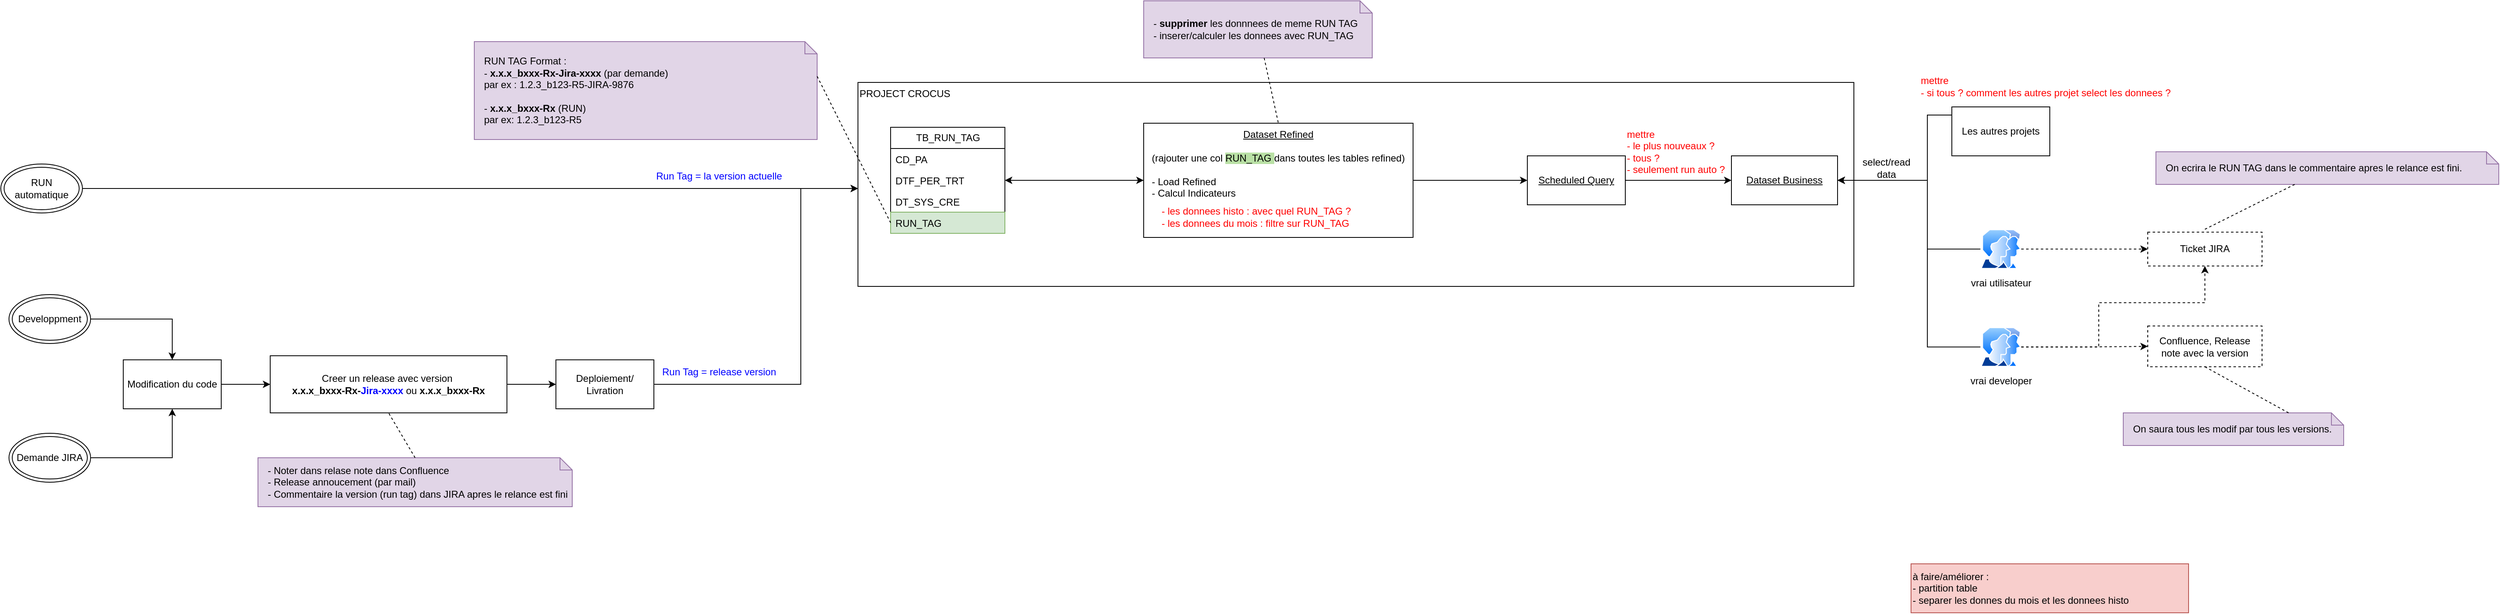
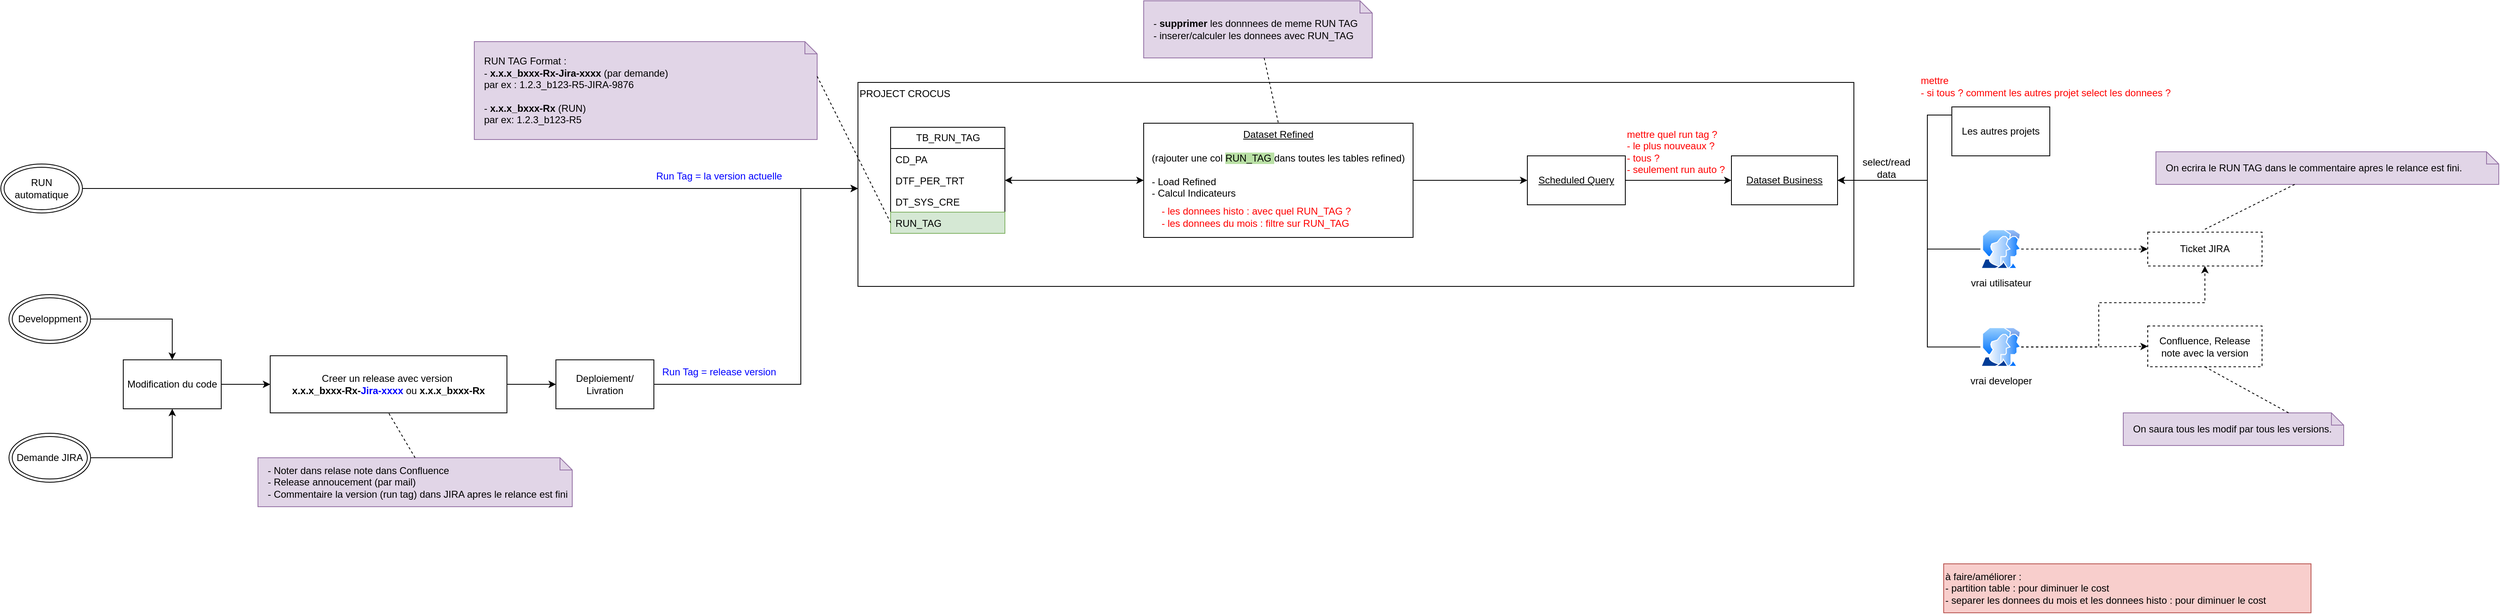
<mxfile host="app.diagrams.net">
  <diagram name="Page-1" id="bEAYSmEDHXBXhFzCy1HB">
    <mxGraphModel dx="2873" dy="1106" grid="1" gridSize="10" guides="1" tooltips="1" connect="1" arrows="1" fold="1" page="1" pageScale="1" pageWidth="827" pageHeight="1169" math="0" shadow="0">
      <root>
        <mxCell id="0" />
        <mxCell id="1" parent="0" />
        <mxCell id="QUzsFoNl6aFI_2ed8XXq-13" parent="1" style="rounded=0;whiteSpace=wrap;html=1;align=left;verticalAlign=top;" value="PROJECT CROCUS" vertex="1">
          <mxGeometry height="250" width="1220" x="380" y="140" as="geometry" />
        </mxCell>
        <mxCell id="QUzsFoNl6aFI_2ed8XXq-1" parent="1" style="swimlane;fontStyle=0;childLayout=stackLayout;horizontal=1;startSize=26;fillColor=none;horizontalStack=0;resizeParent=1;resizeParentMax=0;resizeLast=0;collapsible=1;marginBottom=0;html=1;" value="TB_RUN_TAG" vertex="1">
          <mxGeometry height="130" width="140" x="420" y="195" as="geometry" />
        </mxCell>
        <mxCell id="QUzsFoNl6aFI_2ed8XXq-2" parent="QUzsFoNl6aFI_2ed8XXq-1" style="text;strokeColor=none;fillColor=none;align=left;verticalAlign=top;spacingLeft=4;spacingRight=4;overflow=hidden;rotatable=0;points=[[0,0.5],[1,0.5]];portConstraint=eastwest;whiteSpace=wrap;html=1;" value="CD_PA" vertex="1">
          <mxGeometry height="26" width="140" y="26" as="geometry" />
        </mxCell>
        <mxCell id="QUzsFoNl6aFI_2ed8XXq-3" parent="QUzsFoNl6aFI_2ed8XXq-1" style="text;strokeColor=none;fillColor=none;align=left;verticalAlign=top;spacingLeft=4;spacingRight=4;overflow=hidden;rotatable=0;points=[[0,0.5],[1,0.5]];portConstraint=eastwest;whiteSpace=wrap;html=1;" value="DTF_PER_TRT" vertex="1">
          <mxGeometry height="26" width="140" y="52" as="geometry" />
        </mxCell>
        <mxCell id="QUzsFoNl6aFI_2ed8XXq-4" parent="QUzsFoNl6aFI_2ed8XXq-1" style="text;strokeColor=none;fillColor=none;align=left;verticalAlign=top;spacingLeft=4;spacingRight=4;overflow=hidden;rotatable=0;points=[[0,0.5],[1,0.5]];portConstraint=eastwest;whiteSpace=wrap;html=1;" value="DT_SYS_CRE" vertex="1">
          <mxGeometry height="26" width="140" y="78" as="geometry" />
        </mxCell>
        <mxCell id="QUzsFoNl6aFI_2ed8XXq-5" parent="QUzsFoNl6aFI_2ed8XXq-1" style="text;strokeColor=#82b366;fillColor=#d5e8d4;align=left;verticalAlign=top;spacingLeft=4;spacingRight=4;overflow=hidden;rotatable=0;points=[[0,0.5],[1,0.5]];portConstraint=eastwest;whiteSpace=wrap;html=1;" value="RUN_TAG" vertex="1">
          <mxGeometry height="26" width="140" y="104" as="geometry" />
        </mxCell>
        <mxCell id="QUzsFoNl6aFI_2ed8XXq-7" parent="1" style="shape=note;size=15;align=left;spacingLeft=10;html=1;whiteSpace=wrap;fillColor=#e1d5e7;strokeColor=#9673a6;" value="RUN TAG Format :&amp;nbsp;&lt;div&gt;- &lt;b&gt;x.x.x_bxxx-Rx-Jira-xxxx&lt;/b&gt; (par demande)&amp;nbsp;&lt;/div&gt;&lt;div&gt;par ex : 1.2.3_b123-R5-JIRA-9876&lt;/div&gt;&lt;div&gt;&lt;br&gt;&lt;/div&gt;&lt;div&gt;-&lt;b&gt; x.x.x_bxxx-Rx&lt;/b&gt; (RUN)&lt;/div&gt;&lt;div&gt;&lt;span style=&quot;background-color: transparent; color: light-dark(rgb(0, 0, 0), rgb(255, 255, 255));&quot;&gt;par ex: 1.2.3_b123-R5&lt;/span&gt;&lt;/div&gt;" vertex="1">
          <mxGeometry height="120" width="420" x="-90" y="90" as="geometry" />
        </mxCell>
        <mxCell id="QUzsFoNl6aFI_2ed8XXq-8" edge="1" parent="1" source="QUzsFoNl6aFI_2ed8XXq-7" style="edgeStyle=none;endArrow=none;exitX=0;exitY=0;dashed=1;html=1;rounded=0;entryX=0;entryY=0.5;entryDx=0;entryDy=0;exitDx=420;exitDy=42.5;exitPerimeter=0;" target="QUzsFoNl6aFI_2ed8XXq-5" value="">
          <mxGeometry relative="1" x="1" as="geometry">
            <mxPoint x="590" y="660" as="targetPoint" />
          </mxGeometry>
        </mxCell>
        <mxCell id="QUzsFoNl6aFI_2ed8XXq-10" parent="1" style="rounded=0;whiteSpace=wrap;html=1;dashed=1;" value="Confluence, Release note avec la v&lt;span style=&quot;background-color: transparent; color: light-dark(rgb(0, 0, 0), rgb(255, 255, 255));&quot;&gt;ersion&lt;/span&gt;" vertex="1">
          <mxGeometry height="50" width="140" x="1960" y="438.5" as="geometry" />
        </mxCell>
        <mxCell id="QUzsFoNl6aFI_2ed8XXq-11" parent="1" style="rounded=0;whiteSpace=wrap;html=1;dashed=1;" value="Ticket JIRA" vertex="1">
          <mxGeometry height="41.5" width="140" x="1960" y="323.5" as="geometry" />
        </mxCell>
        <mxCell id="QUzsFoNl6aFI_2ed8XXq-42" edge="1" parent="1" source="QUzsFoNl6aFI_2ed8XXq-12" style="edgeStyle=orthogonalEdgeStyle;rounded=0;orthogonalLoop=1;jettySize=auto;html=1;entryX=1;entryY=0.5;entryDx=0;entryDy=0;startArrow=classic;startFill=1;" target="QUzsFoNl6aFI_2ed8XXq-3">
          <mxGeometry relative="1" as="geometry" />
        </mxCell>
        <mxCell id="QUzsFoNl6aFI_2ed8XXq-50" edge="1" parent="1" source="QUzsFoNl6aFI_2ed8XXq-12" style="edgeStyle=orthogonalEdgeStyle;rounded=0;orthogonalLoop=1;jettySize=auto;html=1;" target="QUzsFoNl6aFI_2ed8XXq-46">
          <mxGeometry relative="1" as="geometry">
            <Array as="points" />
          </mxGeometry>
        </mxCell>
        <mxCell id="QUzsFoNl6aFI_2ed8XXq-12" parent="1" style="rounded=0;whiteSpace=wrap;html=1;verticalAlign=top;" value="&lt;u&gt;Dataset Refined&lt;/u&gt;&lt;div&gt;&lt;u&gt;&lt;br&gt;&lt;/u&gt;&lt;div&gt;(rajouter une col &lt;span style=&quot;background-color: rgb(185, 224, 165);&quot;&gt;RUN_TAG &lt;/span&gt;dans toutes les tables refined)&lt;/div&gt;&lt;div&gt;&lt;br&gt;&lt;/div&gt;&lt;div style=&quot;text-align: left;&quot;&gt;- Load Refined&amp;nbsp; &amp;nbsp; &amp;nbsp; &amp;nbsp;&lt;/div&gt;&lt;div style=&quot;text-align: left;&quot;&gt;- Calcul Indicateurs&lt;/div&gt;&lt;/div&gt;" vertex="1">
          <mxGeometry height="140" width="330" x="730" y="190" as="geometry" />
        </mxCell>
        <mxCell id="QUzsFoNl6aFI_2ed8XXq-27" edge="1" parent="1" source="QUzsFoNl6aFI_2ed8XXq-33" style="edgeStyle=orthogonalEdgeStyle;rounded=0;orthogonalLoop=1;jettySize=auto;html=1;entryX=0.5;entryY=0;entryDx=0;entryDy=0;" target="QUzsFoNl6aFI_2ed8XXq-23">
          <mxGeometry relative="1" as="geometry">
            <mxPoint x="-760" y="325" as="sourcePoint" />
          </mxGeometry>
        </mxCell>
        <mxCell id="QUzsFoNl6aFI_2ed8XXq-29" edge="1" parent="1" source="QUzsFoNl6aFI_2ed8XXq-34" style="edgeStyle=orthogonalEdgeStyle;rounded=0;orthogonalLoop=1;jettySize=auto;html=1;entryX=0.5;entryY=1;entryDx=0;entryDy=0;" target="QUzsFoNl6aFI_2ed8XXq-23">
          <mxGeometry relative="1" as="geometry">
            <mxPoint x="-820" y="785" as="sourcePoint" />
          </mxGeometry>
        </mxCell>
        <mxCell id="QUzsFoNl6aFI_2ed8XXq-19" parent="1" style="text;html=1;whiteSpace=wrap;strokeColor=none;fillColor=none;align=center;verticalAlign=middle;rounded=0;fontColor=#0000FF;" value="Run Tag = la version actuelle" vertex="1">
          <mxGeometry height="30" width="200" x="110" y="240" as="geometry" />
        </mxCell>
        <mxCell id="QUzsFoNl6aFI_2ed8XXq-28" edge="1" parent="1" source="QUzsFoNl6aFI_2ed8XXq-23" style="edgeStyle=orthogonalEdgeStyle;rounded=0;orthogonalLoop=1;jettySize=auto;html=1;" target="QUzsFoNl6aFI_2ed8XXq-25">
          <mxGeometry relative="1" as="geometry" />
        </mxCell>
        <mxCell id="QUzsFoNl6aFI_2ed8XXq-23" parent="1" style="rounded=0;whiteSpace=wrap;html=1;" value="Modification du code" vertex="1">
          <mxGeometry height="60" width="120" x="-520" y="480" as="geometry" />
        </mxCell>
        <mxCell id="QUzsFoNl6aFI_2ed8XXq-31" edge="1" parent="1" source="QUzsFoNl6aFI_2ed8XXq-24" style="edgeStyle=orthogonalEdgeStyle;rounded=0;orthogonalLoop=1;jettySize=auto;html=1;" target="QUzsFoNl6aFI_2ed8XXq-13">
          <mxGeometry relative="1" as="geometry">
            <Array as="points">
              <mxPoint x="310" y="510" />
              <mxPoint x="310" y="270" />
            </Array>
          </mxGeometry>
        </mxCell>
        <mxCell id="QUzsFoNl6aFI_2ed8XXq-24" parent="1" style="rounded=0;whiteSpace=wrap;html=1;" value="Deploiement/ Livration" vertex="1">
          <mxGeometry height="60" width="120" x="10" y="480" as="geometry" />
        </mxCell>
        <mxCell id="QUzsFoNl6aFI_2ed8XXq-30" edge="1" parent="1" source="QUzsFoNl6aFI_2ed8XXq-25" style="edgeStyle=orthogonalEdgeStyle;rounded=0;orthogonalLoop=1;jettySize=auto;html=1;entryX=0;entryY=0.5;entryDx=0;entryDy=0;" target="QUzsFoNl6aFI_2ed8XXq-24">
          <mxGeometry relative="1" as="geometry" />
        </mxCell>
        <mxCell id="QUzsFoNl6aFI_2ed8XXq-25" parent="1" style="rounded=0;whiteSpace=wrap;html=1;" value="Creer un release avec version&amp;nbsp;&lt;div&gt;&lt;span style=&quot;text-align: left;&quot;&gt;&lt;b&gt;x.x.x_bxxx-Rx-&lt;font style=&quot;color: rgb(0, 0, 255);&quot;&gt;Jira-xxxx&lt;/font&gt;&lt;/b&gt; ou&amp;nbsp;&lt;/span&gt;&lt;span style=&quot;text-align: left;&quot;&gt;&lt;b&gt;x.x.x_bxxx-Rx&lt;/b&gt;&lt;/span&gt;&lt;/div&gt;" vertex="1">
          <mxGeometry height="70" width="290" x="-340" y="475" as="geometry" />
        </mxCell>
        <mxCell id="QUzsFoNl6aFI_2ed8XXq-33" parent="1" style="ellipse;shape=doubleEllipse;whiteSpace=wrap;html=1;" value="Developpment" vertex="1">
          <mxGeometry height="60" width="100" x="-660" y="400" as="geometry" />
        </mxCell>
        <mxCell id="QUzsFoNl6aFI_2ed8XXq-34" parent="1" style="ellipse;shape=doubleEllipse;whiteSpace=wrap;html=1;" value="Demande JIRA" vertex="1">
          <mxGeometry height="60" width="100" x="-660" y="570" as="geometry" />
        </mxCell>
        <mxCell id="QUzsFoNl6aFI_2ed8XXq-36" edge="1" parent="1" source="QUzsFoNl6aFI_2ed8XXq-35" style="edgeStyle=orthogonalEdgeStyle;rounded=0;orthogonalLoop=1;jettySize=auto;html=1;" target="QUzsFoNl6aFI_2ed8XXq-13">
          <mxGeometry relative="1" as="geometry">
            <Array as="points">
              <mxPoint x="40" y="270" />
              <mxPoint x="40" y="270" />
            </Array>
          </mxGeometry>
        </mxCell>
        <mxCell id="QUzsFoNl6aFI_2ed8XXq-35" parent="1" style="ellipse;shape=doubleEllipse;whiteSpace=wrap;html=1;" value="RUN automatique" vertex="1">
          <mxGeometry height="60" width="100" x="-670" y="240" as="geometry" />
        </mxCell>
        <mxCell id="QUzsFoNl6aFI_2ed8XXq-37" parent="1" style="text;html=1;whiteSpace=wrap;strokeColor=none;fillColor=none;align=center;verticalAlign=middle;rounded=0;fontColor=#0000FF;" value="Run Tag = release version" vertex="1">
          <mxGeometry height="30" width="200" x="110" y="480" as="geometry" />
        </mxCell>
        <mxCell id="QUzsFoNl6aFI_2ed8XXq-38" parent="1" style="shape=note;size=15;align=left;spacingLeft=10;html=1;whiteSpace=wrap;fillColor=#e1d5e7;strokeColor=#9673a6;" value="- Noter dans relase note dans Confluence&lt;div&gt;- Release annoucement (par mail)&lt;/div&gt;&lt;div&gt;- Commentaire la version (run tag) dans JIRA apres le relance est fini&lt;/div&gt;" vertex="1">
          <mxGeometry height="60" width="385" x="-355" y="600" as="geometry" />
        </mxCell>
        <mxCell id="QUzsFoNl6aFI_2ed8XXq-39" edge="1" parent="1" source="QUzsFoNl6aFI_2ed8XXq-38" style="edgeStyle=none;endArrow=none;exitX=0.5;exitY=0;dashed=1;html=1;rounded=0;entryX=0.5;entryY=1;entryDx=0;entryDy=0;exitDx=0;exitDy=0;exitPerimeter=0;" target="QUzsFoNl6aFI_2ed8XXq-25" value="">
          <mxGeometry relative="1" x="1" as="geometry">
            <mxPoint x="710" y="660" as="sourcePoint" />
            <mxPoint x="762" y="510" as="targetPoint" />
          </mxGeometry>
        </mxCell>
        <mxCell id="QUzsFoNl6aFI_2ed8XXq-40" parent="1" style="shape=note;size=15;align=left;spacingLeft=10;html=1;whiteSpace=wrap;fillColor=#e1d5e7;strokeColor=#9673a6;" value="- &lt;b&gt;supprimer &lt;/b&gt;les donnnees de meme RUN TAG&lt;div&gt;- inserer/calculer les donnees avec RUN_TAG&lt;/div&gt;" vertex="1">
          <mxGeometry height="70" width="280" x="730" y="40" as="geometry" />
        </mxCell>
        <mxCell id="QUzsFoNl6aFI_2ed8XXq-41" edge="1" parent="1" source="QUzsFoNl6aFI_2ed8XXq-40" style="edgeStyle=none;endArrow=none;dashed=1;html=1;rounded=0;entryX=0.5;entryY=0;entryDx=0;entryDy=0;" target="QUzsFoNl6aFI_2ed8XXq-12" value="">
          <mxGeometry relative="1" x="1" as="geometry">
            <mxPoint x="720" y="650" as="sourcePoint" />
            <mxPoint x="772" y="500" as="targetPoint" />
          </mxGeometry>
        </mxCell>
        <mxCell id="QUzsFoNl6aFI_2ed8XXq-43" parent="1" style="text;html=1;whiteSpace=wrap;strokeColor=none;fillColor=none;align=left;verticalAlign=middle;rounded=0;" value="&lt;font style=&quot;color: rgb(255, 0, 0);&quot;&gt;- les donnees histo : avec quel RUN_TAG ?&lt;/font&gt;&lt;div&gt;&lt;font style=&quot;color: rgb(255, 0, 0);&quot;&gt;- les donnees du mois : f&lt;/font&gt;&lt;span style=&quot;color: light-dark(rgb(255, 0, 0), rgb(255, 144, 144)); background-color: transparent;&quot;&gt;iltre sur RUN_TAG&lt;/span&gt;&lt;/div&gt;" vertex="1">
          <mxGeometry height="30" width="290" x="750" y="290" as="geometry" />
        </mxCell>
        <mxCell id="QUzsFoNl6aFI_2ed8XXq-45" parent="1" style="rounded=0;whiteSpace=wrap;html=1;" value="&lt;u&gt;Dataset Business&lt;/u&gt;" vertex="1">
          <mxGeometry height="60" width="130" x="1450" y="230" as="geometry" />
        </mxCell>
        <mxCell id="QUzsFoNl6aFI_2ed8XXq-48" edge="1" parent="1" source="QUzsFoNl6aFI_2ed8XXq-46" style="edgeStyle=orthogonalEdgeStyle;rounded=0;orthogonalLoop=1;jettySize=auto;html=1;" target="QUzsFoNl6aFI_2ed8XXq-45">
          <mxGeometry relative="1" as="geometry" />
        </mxCell>
        <mxCell id="QUzsFoNl6aFI_2ed8XXq-46" parent="1" style="rounded=0;whiteSpace=wrap;html=1;" value="&lt;u&gt;Scheduled Query&lt;/u&gt;" vertex="1">
          <mxGeometry height="60" width="120" x="1200" y="230" as="geometry" />
        </mxCell>
-         <mxCell id="QUzsFoNl6aFI_2ed8XXq-51" parent="1" style="text;html=1;whiteSpace=wrap;strokeColor=none;fillColor=none;align=left;verticalAlign=middle;rounded=0;fontColor=#FF0000;" value="mettre&amp;nbsp;&lt;div&gt;- le plus nouveaux ?&lt;/div&gt;&lt;div&gt;- tous ?&lt;/div&gt;&lt;div&gt;- seulement run auto ?&lt;/div&gt;" vertex="1">
+         <mxCell id="QUzsFoNl6aFI_2ed8XXq-51" parent="1" style="text;html=1;whiteSpace=wrap;strokeColor=none;fillColor=none;align=left;verticalAlign=middle;rounded=0;fontColor=#FF0000;" value="mettre quel run tag ?&amp;nbsp;&lt;div&gt;- le plus nouveaux ?&lt;/div&gt;&lt;div&gt;- tous ?&lt;/div&gt;&lt;div&gt;- seulement run auto ?&lt;/div&gt;" vertex="1">
          <mxGeometry height="30" width="370" x="1320" y="210" as="geometry" />
        </mxCell>
        <mxCell id="QUzsFoNl6aFI_2ed8XXq-59" edge="1" parent="1" source="QUzsFoNl6aFI_2ed8XXq-52" style="edgeStyle=orthogonalEdgeStyle;rounded=0;orthogonalLoop=1;jettySize=auto;html=1;entryX=1;entryY=0.5;entryDx=0;entryDy=0;" target="QUzsFoNl6aFI_2ed8XXq-45">
          <mxGeometry relative="1" as="geometry">
            <Array as="points">
              <mxPoint x="1690" y="180" />
              <mxPoint x="1690" y="260" />
            </Array>
          </mxGeometry>
        </mxCell>
        <mxCell id="QUzsFoNl6aFI_2ed8XXq-52" parent="1" style="rounded=0;whiteSpace=wrap;html=1;" value="Les autres projets" vertex="1">
          <mxGeometry height="60" width="120" x="1720" y="170" as="geometry" />
        </mxCell>
        <mxCell id="QUzsFoNl6aFI_2ed8XXq-58" edge="1" parent="1" source="QUzsFoNl6aFI_2ed8XXq-57" style="edgeStyle=orthogonalEdgeStyle;rounded=0;orthogonalLoop=1;jettySize=auto;html=1;entryX=1;entryY=0.5;entryDx=0;entryDy=0;" target="QUzsFoNl6aFI_2ed8XXq-45">
          <mxGeometry relative="1" as="geometry">
            <Array as="points">
              <mxPoint x="1690" y="344" />
              <mxPoint x="1690" y="260" />
            </Array>
          </mxGeometry>
        </mxCell>
        <mxCell id="QUzsFoNl6aFI_2ed8XXq-65" edge="1" parent="1" source="QUzsFoNl6aFI_2ed8XXq-57" style="edgeStyle=orthogonalEdgeStyle;rounded=0;orthogonalLoop=1;jettySize=auto;html=1;dashed=1;" target="QUzsFoNl6aFI_2ed8XXq-11">
          <mxGeometry relative="1" as="geometry" />
        </mxCell>
        <mxCell id="QUzsFoNl6aFI_2ed8XXq-57" parent="1" style="image;aspect=fixed;perimeter=ellipsePerimeter;html=1;align=center;shadow=0;dashed=0;spacingTop=3;image=img/lib/active_directory/user_accounts.svg;" value="vrai utilisateur" vertex="1">
          <mxGeometry height="48.5" width="50" x="1755" y="320" as="geometry" />
        </mxCell>
        <mxCell id="QUzsFoNl6aFI_2ed8XXq-60" parent="1" style="text;html=1;whiteSpace=wrap;strokeColor=none;fillColor=none;align=center;verticalAlign=middle;rounded=0;" value="select/read data" vertex="1">
          <mxGeometry height="30" width="60" x="1610" y="230" as="geometry" />
        </mxCell>
        <mxCell id="QUzsFoNl6aFI_2ed8XXq-63" edge="1" parent="1" source="QUzsFoNl6aFI_2ed8XXq-62" style="edgeStyle=orthogonalEdgeStyle;rounded=0;orthogonalLoop=1;jettySize=auto;html=1;entryX=1;entryY=0.5;entryDx=0;entryDy=0;" target="QUzsFoNl6aFI_2ed8XXq-45">
          <mxGeometry relative="1" as="geometry">
            <Array as="points">
              <mxPoint x="1690" y="464" />
              <mxPoint x="1690" y="260" />
            </Array>
          </mxGeometry>
        </mxCell>
        <mxCell id="QUzsFoNl6aFI_2ed8XXq-66" edge="1" parent="1" source="QUzsFoNl6aFI_2ed8XXq-62" style="edgeStyle=orthogonalEdgeStyle;rounded=0;orthogonalLoop=1;jettySize=auto;html=1;dashed=1;" target="QUzsFoNl6aFI_2ed8XXq-10">
          <mxGeometry relative="1" as="geometry" />
        </mxCell>
        <mxCell id="QUzsFoNl6aFI_2ed8XXq-68" edge="1" parent="1" source="QUzsFoNl6aFI_2ed8XXq-62" style="edgeStyle=orthogonalEdgeStyle;rounded=0;orthogonalLoop=1;jettySize=auto;html=1;entryX=0.5;entryY=1;entryDx=0;entryDy=0;dashed=1;" target="QUzsFoNl6aFI_2ed8XXq-11">
          <mxGeometry relative="1" as="geometry">
            <Array as="points">
              <mxPoint x="1900" y="464" />
              <mxPoint x="1900" y="410" />
              <mxPoint x="2030" y="410" />
            </Array>
          </mxGeometry>
        </mxCell>
        <mxCell id="QUzsFoNl6aFI_2ed8XXq-62" parent="1" style="image;aspect=fixed;perimeter=ellipsePerimeter;html=1;align=center;shadow=0;dashed=0;spacingTop=3;image=img/lib/active_directory/user_accounts.svg;" value="vrai developer" vertex="1">
          <mxGeometry height="48.5" width="50" x="1755" y="440" as="geometry" />
        </mxCell>
        <mxCell id="QUzsFoNl6aFI_2ed8XXq-69" parent="1" style="shape=note;size=15;align=left;spacingLeft=10;html=1;whiteSpace=wrap;fillColor=#e1d5e7;strokeColor=#9673a6;" value="On ecrira le RUN TAG dans le commentaire apres le relance est fini." vertex="1">
          <mxGeometry height="40" width="420" x="1970" y="225" as="geometry" />
        </mxCell>
        <mxCell id="QUzsFoNl6aFI_2ed8XXq-70" edge="1" parent="1" source="QUzsFoNl6aFI_2ed8XXq-69" style="edgeStyle=none;endArrow=none;dashed=1;html=1;rounded=0;" value="">
          <mxGeometry relative="1" x="1" as="geometry">
            <mxPoint x="970" y="210" as="sourcePoint" />
            <mxPoint x="2030" y="320" as="targetPoint" />
          </mxGeometry>
        </mxCell>
        <mxCell id="QUzsFoNl6aFI_2ed8XXq-71" parent="1" style="shape=note;size=15;align=left;spacingLeft=10;html=1;whiteSpace=wrap;fillColor=#e1d5e7;strokeColor=#9673a6;" value="On saura tous les modif par tous les versions." vertex="1">
          <mxGeometry height="40" width="270" x="1930" y="545" as="geometry" />
        </mxCell>
        <mxCell id="QUzsFoNl6aFI_2ed8XXq-72" edge="1" parent="1" source="QUzsFoNl6aFI_2ed8XXq-71" style="edgeStyle=none;endArrow=none;dashed=1;html=1;rounded=0;entryX=0.5;entryY=1;entryDx=0;entryDy=0;exitX=0;exitY=0;exitDx=202.5;exitDy=0;exitPerimeter=0;" target="QUzsFoNl6aFI_2ed8XXq-10" value="">
          <mxGeometry relative="1" x="1" as="geometry">
            <mxPoint x="2180" y="470" as="sourcePoint" />
            <mxPoint x="2070" y="525" as="targetPoint" />
          </mxGeometry>
        </mxCell>
        <mxCell id="QUzsFoNl6aFI_2ed8XXq-73" parent="1" style="text;html=1;whiteSpace=wrap;strokeColor=none;fillColor=none;align=left;verticalAlign=middle;rounded=0;fontColor=#FF0000;" value="mettre&amp;nbsp;&lt;div&gt;&lt;span style=&quot;background-color: transparent; color: light-dark(rgb(255, 0, 0), rgb(255, 144, 144));&quot;&gt;- si tous ? comment les autres projet select les donnees ?&lt;/span&gt;&lt;/div&gt;" vertex="1">
          <mxGeometry height="30" width="370" x="1680" y="130" as="geometry" />
        </mxCell>
-         <mxCell id="QUzsFoNl6aFI_2ed8XXq-74" parent="1" style="rounded=0;whiteSpace=wrap;html=1;align=left;fillColor=#f8cecc;strokeColor=#b85450;" value="à faire/améliorer :&lt;div&gt;- partition table&lt;/div&gt;&lt;div&gt;- separer les donnes du mois et les donnees histo&lt;/div&gt;" vertex="1">
-           <mxGeometry height="60" width="340" x="1670" y="730" as="geometry" />
+         <mxCell id="QUzsFoNl6aFI_2ed8XXq-74" parent="1" style="rounded=0;whiteSpace=wrap;html=1;align=left;fillColor=#f8cecc;strokeColor=#b85450;" value="à faire/améliorer :&lt;div&gt;- partition table : pour diminuer le cost&lt;/div&gt;&lt;div&gt;- separer les donnees du mois et les donnees histo&amp;nbsp;&lt;span style=&quot;background-color: transparent; color: light-dark(rgb(0, 0, 0), rgb(255, 255, 255));&quot;&gt;: pour diminuer le cost&lt;/span&gt;&lt;/div&gt;" vertex="1">
+           <mxGeometry height="60" width="450" x="1710" y="730" as="geometry" />
        </mxCell>
      </root>
    </mxGraphModel>
  </diagram>
</mxfile>
